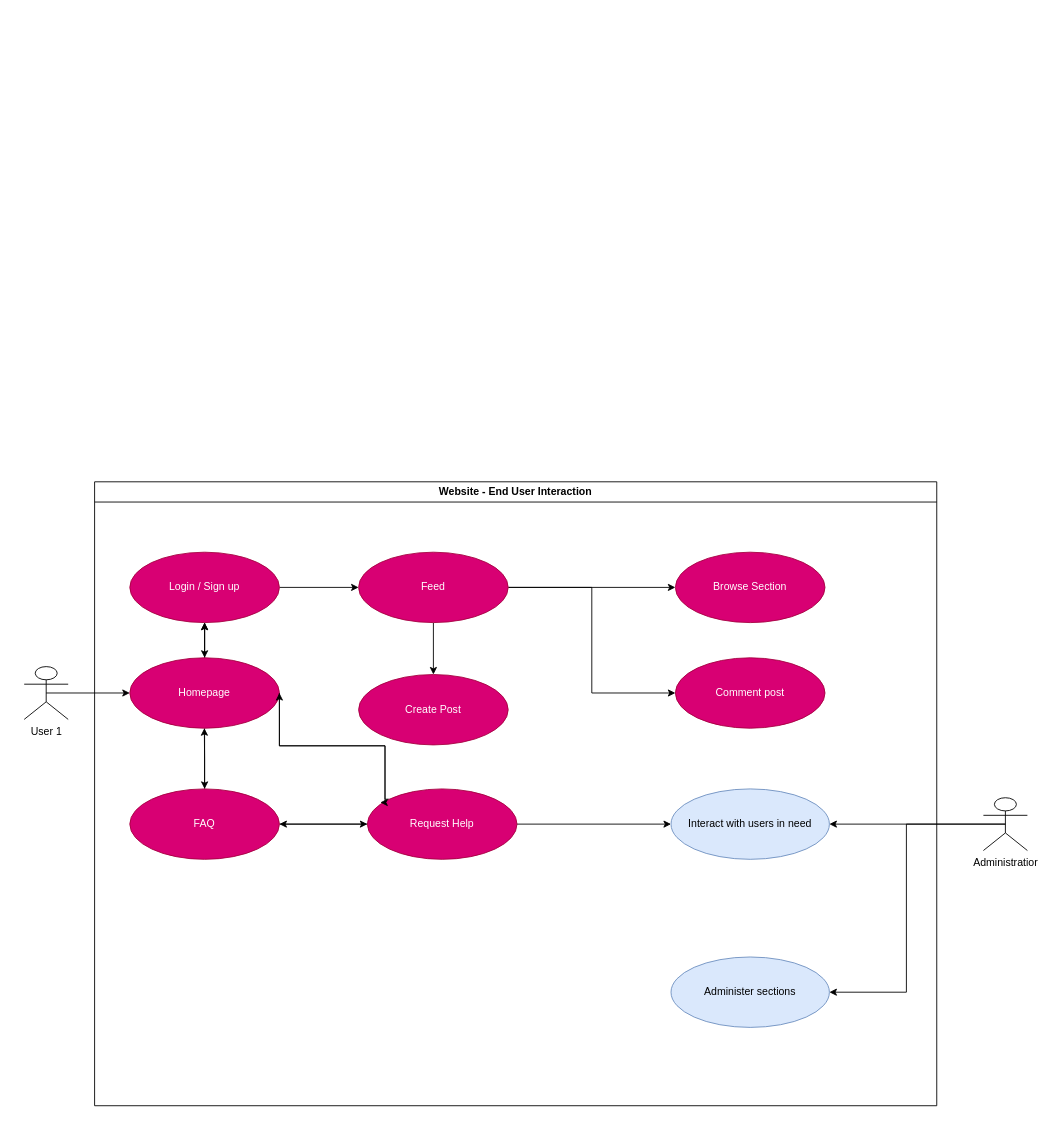
Earlier version of the draw.io diagram docs/Usecase_Diagram.drawio (SE-TINF22B6/DHBWhub). Source tidied: cells renumbered, new cells numbered last; positions are measured from the earlier drawing's top-left corner, leaving out a move shared by most shapes. Both pictures are drawn from the tidied source at 88%, with x=0, y=0 at pixel (24, 481).
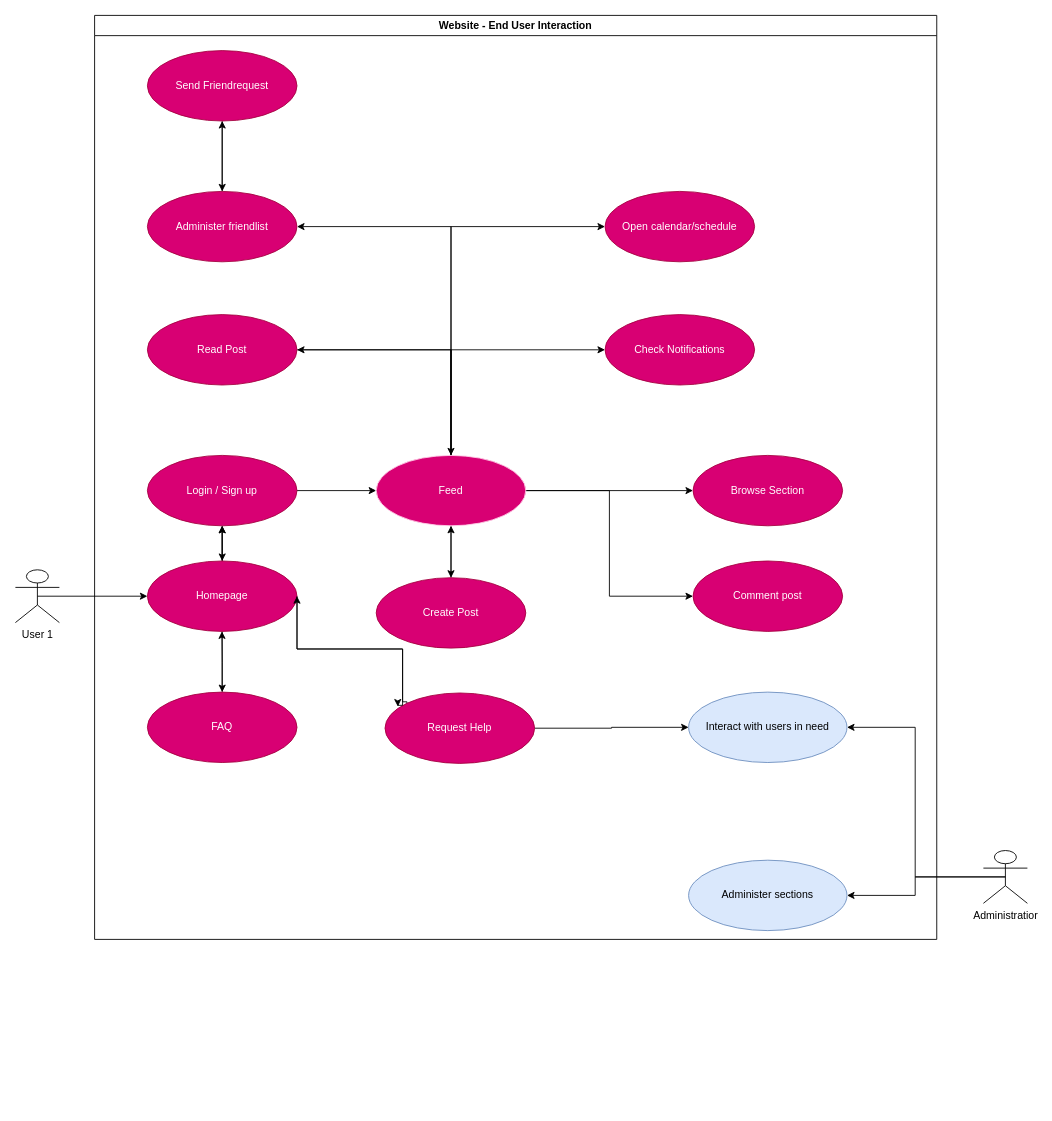
The same diagram, later.

Change to the diagram source:
```diff
@@
     <mxCell id="2" value="Website - End User Interaction" style="swimlane;whiteSpace=wrap;" parent="1" vertex="1">
-      <mxGeometry x="80" width="957" height="709" as="geometry" />
+      <mxGeometry x="80" y="-530" width="957" height="1050" as="geometry" />
     </mxCell>
@@
     <mxCell id="5" value="Login / Sign up" style="ellipse;whiteSpace=wrap;html=1;fillColor=#d80073;fontColor=#ffffff;strokeColor=#A50040;" parent="2" vertex="1">
-      <mxGeometry x="40" y="80" width="170" height="80" as="geometry" />
+      <mxGeometry x="60" y="500" width="170" height="80" as="geometry" />
     </mxCell>
@@
     <mxCell id="7" style="edgeStyle=orthogonalEdgeStyle;rounded=0;jettySize=auto;html=1;" parent="2" edge="1" source="9" target="5">
       <mxGeometry relative="1" as="geometry">
         <Array as="points">
-          <mxPoint x="125" y="200" />
-          <mxPoint x="125" y="200" />
+          <mxPoint x="145" y="620" />
+          <mxPoint x="145" y="620" />
         </Array>
       </mxGeometry>
     </mxCell>
@@
     <mxCell id="9" value="Homepage" style="ellipse;whiteSpace=wrap;html=1;fillColor=#d80073;fontColor=#ffffff;strokeColor=#A50040;" parent="2" vertex="1">
-      <mxGeometry x="40" y="200" width="170" height="80" as="geometry" />
+      <mxGeometry x="60" y="620" width="170" height="80" as="geometry" />
     </mxCell>
+    <mxCell id="33" style="edgeStyle=orthogonalEdgeStyle;rounded=0;jettySize=auto;html=1;exitX=0.5;exitY=0;exitDx=0;exitDy=0;entryX=0.5;entryY=1;entryDx=0;entryDy=0;" parent="2" edge="1" source="10" target="14">
+      <mxGeometry relative="1" as="geometry" />
+    </mxCell>
     <mxCell id="10" value="Create Post" style="ellipse;whiteSpace=wrap;html=1;fillColor=#d80073;fontColor=#ffffff;strokeColor=#A50040;" parent="2" vertex="1">
-      <mxGeometry x="300" y="219" width="170" height="80" as="geometry" />
+      <mxGeometry x="320" y="639" width="170" height="80" as="geometry" />
     </mxCell>
@@
+    <mxCell id="34" style="edgeStyle=orthogonalEdgeStyle;rounded=0;jettySize=auto;html=1;exitX=0.5;exitY=0;exitDx=0;exitDy=0;entryX=1;entryY=0.5;entryDx=0;entryDy=0;" parent="2" edge="1" source="14" target="39">
+      <mxGeometry relative="1" as="geometry" />
+    </mxCell>
+    <mxCell id="35" style="edgeStyle=orthogonalEdgeStyle;rounded=0;jettySize=auto;html=1;exitX=0.5;exitY=0;exitDx=0;exitDy=0;entryX=0;entryY=0.5;entryDx=0;entryDy=0;" parent="2" edge="1" source="14" target="40">
+      <mxGeometry relative="1" as="geometry" />
+    </mxCell>
+    <mxCell id="36" style="edgeStyle=orthogonalEdgeStyle;rounded=0;jettySize=auto;html=1;exitX=0.5;exitY=0;exitDx=0;exitDy=0;entryX=1;entryY=0.5;entryDx=0;entryDy=0;" parent="2" edge="1" source="14" target="42">
+      <mxGeometry relative="1" as="geometry" />
+    </mxCell>
+    <mxCell id="37" style="edgeStyle=orthogonalEdgeStyle;rounded=0;jettySize=auto;html=1;exitX=0.5;exitY=0;exitDx=0;exitDy=0;entryX=0;entryY=0.5;entryDx=0;entryDy=0;" parent="2" edge="1" source="14" target="43">
+      <mxGeometry relative="1" as="geometry" />
+    </mxCell>
-    <mxCell id="14" value="Feed" style="ellipse;whiteSpace=wrap;html=1;fillColor=#d80073;fontColor=#ffffff;strokeColor=#A50040;" parent="2" vertex="1">
-      <mxGeometry x="300" y="80" width="170" height="80" as="geometry" />
+    <mxCell id="14" value="Feed" style="ellipse;whiteSpace=wrap;html=1;fillColor=#d80073;strokeColor=#FFCCE6;fontColor=#ffffff;" parent="2" vertex="1">
+      <mxGeometry x="320" y="500" width="170" height="80" as="geometry" />
     </mxCell>
     <mxCell id="15" value="Comment post" style="ellipse;whiteSpace=wrap;html=1;fillColor=#d80073;fontColor=#ffffff;strokeColor=#A50040;" parent="2" vertex="1">
-      <mxGeometry x="660" y="200" width="170" height="80" as="geometry" />
+      <mxGeometry x="680" y="620" width="170" height="80" as="geometry" />
     </mxCell>
     <mxCell id="16" value="Browse Section" style="ellipse;whiteSpace=wrap;html=1;fillColor=#d80073;fontColor=#ffffff;strokeColor=#A50040;" parent="2" vertex="1">
-      <mxGeometry x="660" y="80" width="170" height="80" as="geometry" />
+      <mxGeometry x="680" y="500" width="170" height="80" as="geometry" />
     </mxCell>
@@
-    <mxCell id="18" style="edgeStyle=orthogonalEdgeStyle;rounded=0;jettySize=auto;html=1;exitX=1;exitY=0.5;exitDx=0;exitDy=0;entryX=0;entryY=0.5;entryDx=0;entryDy=0;" parent="2" edge="1" source="20" target="24">
-      <mxGeometry relative="1" as="geometry" />
-    </mxCell>
     <mxCell id="19" style="edgeStyle=orthogonalEdgeStyle;rounded=0;jettySize=auto;html=1;exitX=0.5;exitY=0;exitDx=0;exitDy=0;" parent="2" edge="1" source="20">
       <mxGeometry relative="1" as="geometry">
-        <mxPoint x="124.7" y="280" as="targetPoint" />
+        <mxPoint x="144.7" y="700" as="targetPoint" />
       </mxGeometry>
     </mxCell>
     <mxCell id="20" value="FAQ" style="ellipse;whiteSpace=wrap;html=1;fillColor=#d80073;fontColor=#ffffff;strokeColor=#A50040;" parent="2" vertex="1">
-      <mxGeometry x="40" y="349" width="170" height="80" as="geometry" />
+      <mxGeometry x="60" y="769" width="170" height="80" as="geometry" />
     </mxCell>
-    <mxCell id="21" style="edgeStyle=orthogonalEdgeStyle;rounded=0;jettySize=auto;html=1;exitX=0;exitY=0.5;exitDx=0;exitDy=0;entryX=1;entryY=0.5;entryDx=0;entryDy=0;" parent="2" edge="1" source="24" target="20">
-      <mxGeometry relative="1" as="geometry" />
-    </mxCell>
     <mxCell id="22" style="edgeStyle=orthogonalEdgeStyle;rounded=0;jettySize=auto;html=1;exitX=0;exitY=0;exitDx=0;exitDy=0;entryX=1;entryY=0.5;entryDx=0;entryDy=0;" parent="2" edge="1" source="24" target="9">
       <mxGeometry relative="1" as="geometry">
         <Array as="points">
-          <mxPoint x="330" y="360" />
-          <mxPoint x="330" y="300" />
-          <mxPoint x="210" y="300" />
+          <mxPoint x="350" y="780" />
+          <mxPoint x="350" y="720" />
+          <mxPoint x="230" y="720" />
         </Array>
       </mxGeometry>
     </mxCell>
@@
     <mxCell id="24" value="Request Help" style="ellipse;whiteSpace=wrap;html=1;fillColor=#d80073;fontColor=#ffffff;strokeColor=#A50040;" parent="2" vertex="1">
-      <mxGeometry x="310" y="349" width="170" height="80" as="geometry" />
+      <mxGeometry x="330" y="770" width="170" height="80" as="geometry" />
     </mxCell>
     <mxCell id="25" style="edgeStyle=orthogonalEdgeStyle;rounded=0;jettySize=auto;html=1;exitX=1;exitY=0.5;exitDx=0;exitDy=0;entryX=0.086;entryY=0.192;entryDx=0;entryDy=0;entryPerimeter=0;" parent="2" edge="1" source="9" target="24">
       <mxGeometry relative="1" as="geometry">
         <Array as="points">
-          <mxPoint x="210" y="300" />
-          <mxPoint x="330" y="300" />
-          <mxPoint x="330" y="364" />
+          <mxPoint x="230" y="720" />
+          <mxPoint x="350" y="720" />
+          <mxPoint x="350" y="784" />
         </Array>
       </mxGeometry>
     </mxCell>
     <mxCell id="26" value="Interact with users in need" style="ellipse;whiteSpace=wrap;html=1;fillColor=#dae8fc;strokeColor=#6c8ebf;" parent="2" vertex="1">
-      <mxGeometry x="655" y="349" width="180" height="80" as="geometry" />
+      <mxGeometry x="675" y="769" width="180" height="80" as="geometry" />
     </mxCell>
     <mxCell id="27" value="Administer sections" style="ellipse;whiteSpace=wrap;html=1;fillColor=#dae8fc;strokeColor=#6c8ebf;" parent="2" vertex="1">
-      <mxGeometry x="655" y="540" width="180" height="80" as="geometry" />
+      <mxGeometry x="675" y="960" width="180" height="80" as="geometry" />
     </mxCell>
+    <mxCell id="38" style="edgeStyle=orthogonalEdgeStyle;rounded=0;jettySize=auto;html=1;exitX=1;exitY=0.5;exitDx=0;exitDy=0;" parent="2" edge="1" source="39" target="14">
+      <mxGeometry relative="1" as="geometry" />
+    </mxCell>
+    <mxCell id="39" value="Read Post" style="ellipse;whiteSpace=wrap;html=1;fillColor=#d80073;fontColor=#ffffff;strokeColor=#A50040;" parent="2" vertex="1">
+      <mxGeometry x="60" y="340" width="170" height="80" as="geometry" />
+    </mxCell>
+    <mxCell id="40" value="Check Notifications" style="ellipse;whiteSpace=wrap;html=1;fillColor=#d80073;fontColor=#ffffff;strokeColor=#A50040;" parent="2" vertex="1">
+      <mxGeometry x="580" y="340" width="170" height="80" as="geometry" />
+    </mxCell>
+    <mxCell id="41" style="edgeStyle=orthogonalEdgeStyle;rounded=0;jettySize=auto;html=1;exitX=0.5;exitY=0;exitDx=0;exitDy=0;entryX=0.5;entryY=1;entryDx=0;entryDy=0;" parent="2" edge="1" source="42" target="45">
+      <mxGeometry relative="1" as="geometry" />
+    </mxCell>
+    <mxCell id="42" value="Administer friendlist" style="ellipse;whiteSpace=wrap;html=1;fillColor=#d80073;fontColor=#ffffff;strokeColor=#A50040;" parent="2" vertex="1">
+      <mxGeometry x="60" y="200" width="170" height="80" as="geometry" />
+    </mxCell>
+    <mxCell id="43" value="Open calendar/schedule" style="ellipse;whiteSpace=wrap;html=1;fillColor=#d80073;fontColor=#ffffff;strokeColor=#A50040;" parent="2" vertex="1">
+      <mxGeometry x="580" y="200" width="170" height="80" as="geometry" />
+    </mxCell>
+    <mxCell id="44" style="edgeStyle=orthogonalEdgeStyle;rounded=0;jettySize=auto;html=1;exitX=0.5;exitY=1;exitDx=0;exitDy=0;entryX=0.5;entryY=0;entryDx=0;entryDy=0;" parent="2" edge="1" source="45" target="42">
+      <mxGeometry relative="1" as="geometry" />
+    </mxCell>
+    <mxCell id="45" value="&lt;div&gt;Send Friendrequest&lt;/div&gt;" style="ellipse;whiteSpace=wrap;html=1;fillColor=#d80073;fontColor=#ffffff;strokeColor=#A50040;" parent="2" vertex="1">
+      <mxGeometry x="60" y="40" width="170" height="80" as="geometry" />
+    </mxCell>
@@
     <mxCell id="29" value="User 1" style="shape=umlActor;verticalLabelPosition=bottom;verticalAlign=top;html=1;outlineConnect=0;" parent="1" vertex="1">
-      <mxGeometry y="210" width="50" height="60" as="geometry" />
+      <mxGeometry x="-10" y="100" width="50" height="60" as="geometry" />
     </mxCell>
@@
     <mxCell id="32" value="Administratior" style="shape=umlActor;verticalLabelPosition=bottom;verticalAlign=top;html=1;outlineConnect=0;" parent="1" vertex="1">
-      <mxGeometry x="1090" y="359" width="50" height="60" as="geometry" />
+      <mxGeometry x="1090" y="419" width="50" height="60" as="geometry" />
     </mxCell>
```
